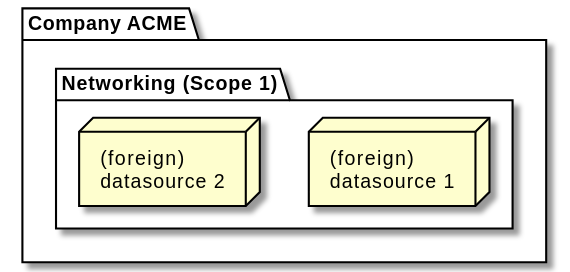
Earlier version of the PlantUML export docs/deployment/plantuml/pictures/compay_acme_min02.svg (smart-energy-di/d4).
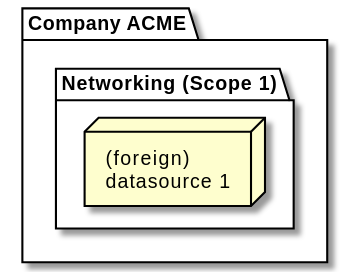
After the change.

The edit, as a diff of the source:
```diff
@@ -2,7 +2,7 @@
 !include include/d4_inc_scope.puml
 
 package ca as "Company ACME" {
-    $d4scope(ca, scp1, "Networking (Scope 1)", $show_ds1=true, $show_ds2=true, $show_ds3=false, $show_rproxy=false, $show_cache=false, $show_ui=false, $show_adpt=false)
+    $d4scope(ca, scp1, "Networking (Scope 1)", $show_ds1=true, $show_ds2=false, $show_ds3=false, $show_rproxy=false, $show_cache=false, $show_ui=false, $show_adpt=false)
 }
 
 @enduml
```
